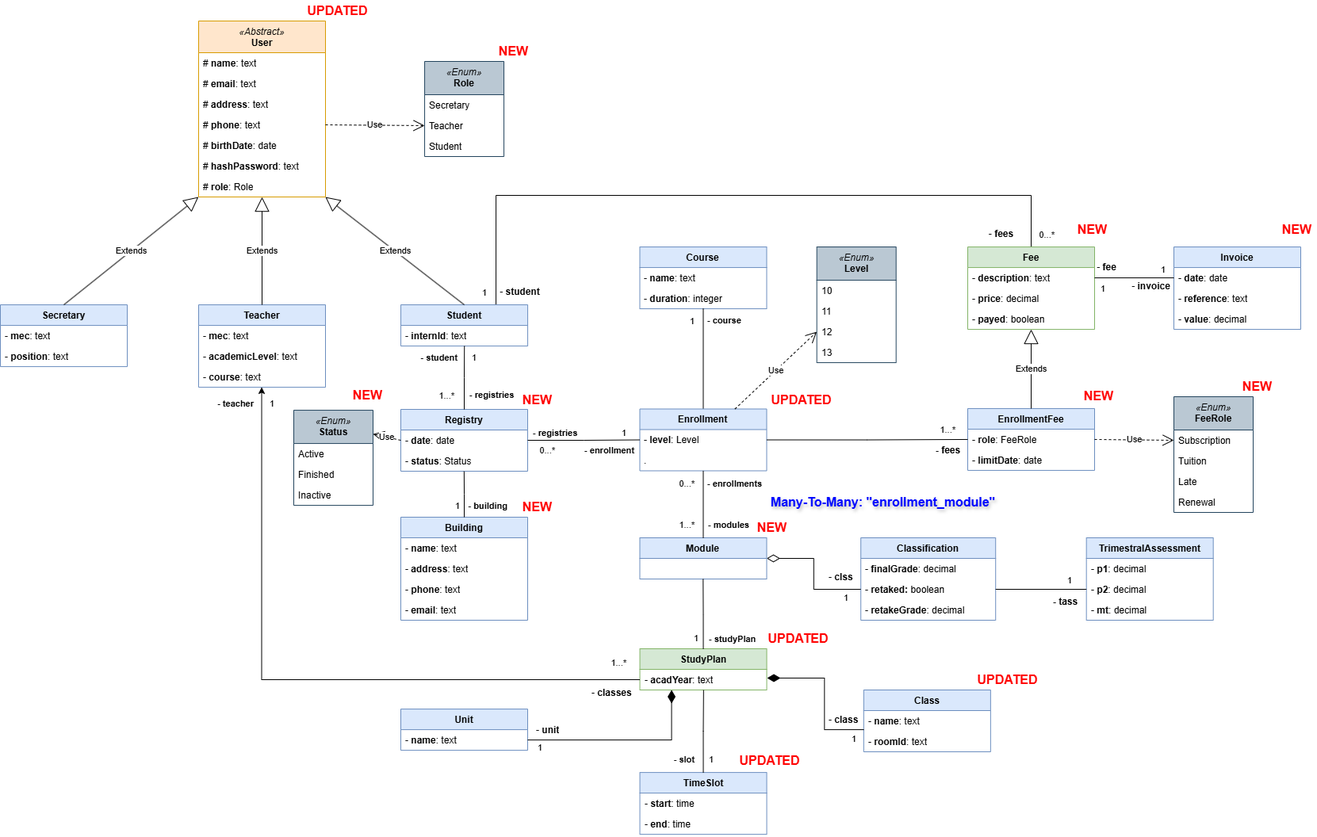
Earlier version of the draw.io export documentation/data-model.drawio.png (Joaquim-Claudio/Imptel-Online_P.D.S-2024-2025). Source tidied: cells renumbered, new cells last; positions are measured from the earlier drawing's top-left corner, leaving out a move shared by most shapes.
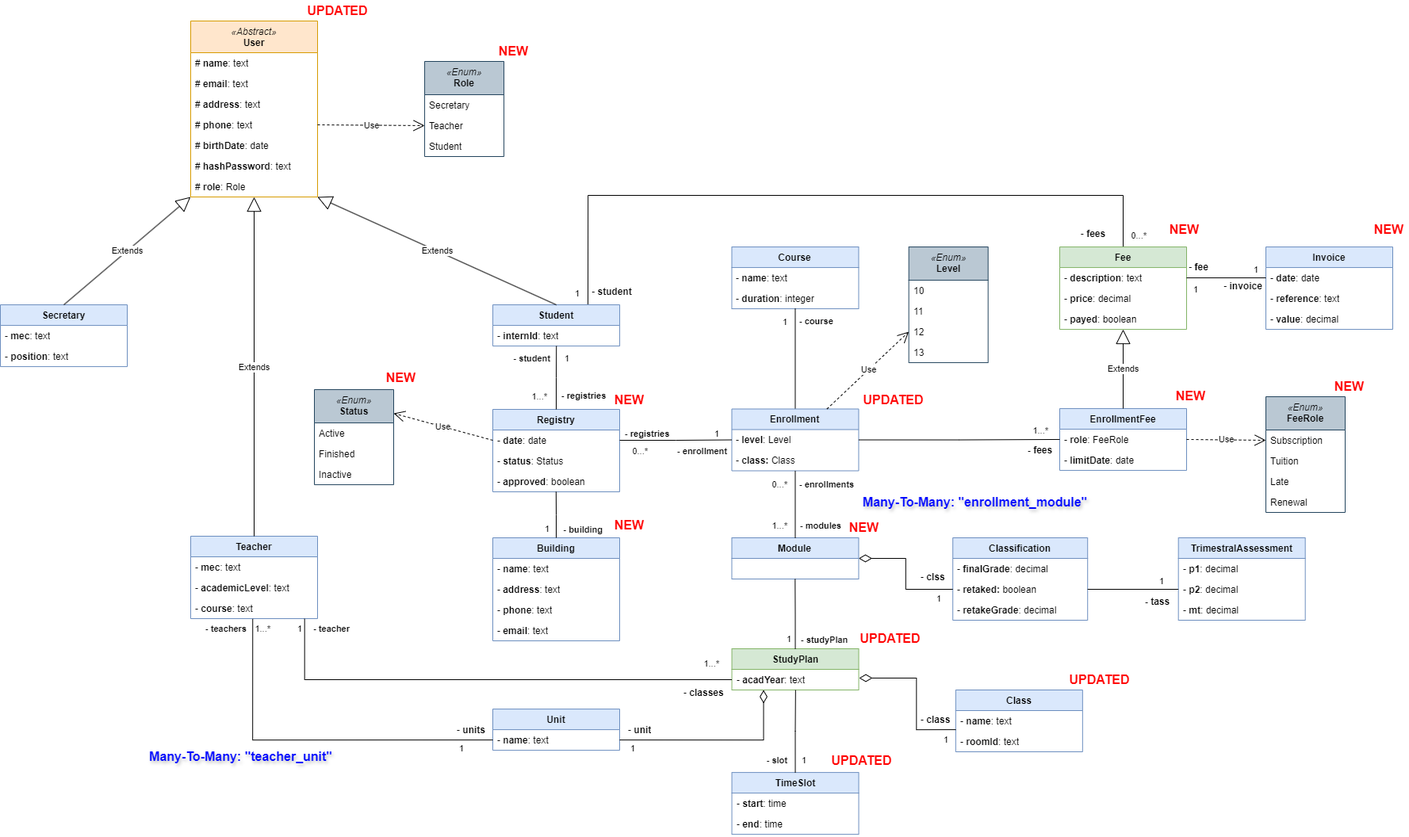
After the change.

Commit message:
Data model updated.

Change to the diagram source:
```diff
@@ -3,7 +3,7 @@
     <mxCell id="0" />
     <mxCell id="1" parent="0" />
     <mxCell id="2" value="&lt;div&gt;&lt;i style=&quot;font-weight: normal;&quot;&gt;«Abstract»&lt;/i&gt;&lt;/div&gt;User" style="swimlane;fontStyle=1;align=center;verticalAlign=top;horizontal=1;startSize=40;whiteSpace=wrap;html=1;fillColor=#ffe6cc;strokeColor=#d79b00;" parent="1" vertex="1">
-      <mxGeometry x="250" y="26" width="160" height="222" as="geometry" />
+      <mxGeometry x="124" y="26" width="160" height="222" as="geometry" />
     </mxCell>
     <mxCell id="3" value="# &lt;b&gt;name&lt;/b&gt;: text" style="text;strokeColor=none;fillColor=none;align=left;verticalAlign=top;spacingLeft=4;spacingRight=4;overflow=hidden;whiteSpace=wrap;html=1;" parent="2" vertex="1">
       <mxGeometry y="40" width="160" height="26" as="geometry" />
@@ -27,7 +27,7 @@
       <mxGeometry y="196" width="160" height="26" as="geometry" />
     </mxCell>
     <mxCell id="10" value="Secretary" style="swimlane;fontStyle=1;align=center;verticalAlign=top;horizontal=1;startSize=26;whiteSpace=wrap;html=1;fillColor=#dae8fc;strokeColor=#6c8ebf;" parent="1" vertex="1">
-      <mxGeometry y="384.1" width="160" height="78" as="geometry" />
+      <mxGeometry x="-116" y="384.1" width="160" height="78" as="geometry" />
     </mxCell>
     <mxCell id="11" value="- &lt;b&gt;mec&lt;/b&gt;: text" style="text;strokeColor=none;fillColor=none;align=left;verticalAlign=top;spacingLeft=4;spacingRight=4;overflow=hidden;whiteSpace=wrap;html=1;" parent="10" vertex="1">
       <mxGeometry y="26" width="160" height="26" as="geometry" />
@@ -50,7 +50,7 @@
       <mxGeometry y="26" width="160" height="26" as="geometry" />
     </mxCell>
     <mxCell id="16" value="Teacher" style="swimlane;fontStyle=1;align=center;verticalAlign=top;horizontal=1;startSize=26;whiteSpace=wrap;html=1;fillColor=#dae8fc;strokeColor=#6c8ebf;" parent="1" vertex="1">
-      <mxGeometry x="250" y="384.1" width="160" height="104" as="geometry" />
+      <mxGeometry x="124" y="676" width="160" height="104" as="geometry" />
     </mxCell>
     <mxCell id="17" value="- &lt;b&gt;mec&lt;/b&gt;: text&amp;nbsp;" style="text;strokeColor=none;fillColor=none;align=left;verticalAlign=top;spacingLeft=4;spacingRight=4;overflow=hidden;whiteSpace=wrap;html=1;" parent="16" vertex="1">
       <mxGeometry y="26" width="160" height="26" as="geometry" />
@@ -94,7 +94,7 @@
     <mxCell id="30" value="- &lt;b&gt;level&lt;/b&gt;: Level" style="text;strokeColor=none;fillColor=none;align=left;verticalAlign=top;spacingLeft=4;spacingRight=4;overflow=hidden;points=[[0,0.5],[1,0.5]];portConstraint=eastwest;whiteSpace=wrap;html=1;" parent="29" vertex="1">
       <mxGeometry y="26" width="160" height="26" as="geometry" />
     </mxCell>
-    <mxCell id="31" value="." style="text;strokeColor=none;fillColor=none;align=left;verticalAlign=top;spacingLeft=4;spacingRight=4;overflow=hidden;whiteSpace=wrap;html=1;" parent="29" vertex="1">
+    <mxCell id="31" value="- &lt;b&gt;class: &lt;/b&gt;Class" style="text;strokeColor=none;fillColor=none;align=left;verticalAlign=top;spacingLeft=4;spacingRight=4;overflow=hidden;whiteSpace=wrap;html=1;" parent="29" vertex="1">
       <mxGeometry y="52" width="160" height="26" as="geometry" />
     </mxCell>
     <mxCell id="32" value="Extends" style="endArrow=block;endSize=16;endFill=0;html=1;rounded=0;entryX=-0.001;entryY=1;entryDx=0;entryDy=0;entryPerimeter=0;exitX=0.5;exitY=0;exitDx=0;exitDy=0;" parent="1" edge="1" source="10" target="9">
@@ -193,13 +193,13 @@
       <mxGeometry x="683.9" y="951.1" as="geometry" />
     </mxCell>
     <mxCell id="63" value="1" style="edgeLabel;html=1;align=right;verticalAlign=bottom;" parent="1" vertex="1">
-      <mxGeometry x="346" y="517.1" as="geometry" />
+      <mxGeometry x="264" y="800" as="geometry" />
     </mxCell>
     <mxCell id="64" value="1...*" style="edgeLabel;html=1;align=right;verticalAlign=bottom;" parent="1" vertex="1">
       <mxGeometry x="790" y="844" as="geometry" />
     </mxCell>
     <mxCell id="65" value="Registry" style="swimlane;fontStyle=1;align=center;verticalAlign=top;horizontal=1;startSize=26;whiteSpace=wrap;html=1;fillColor=#dae8fc;strokeColor=#6c8ebf;" parent="1" vertex="1">
-      <mxGeometry x="505" y="516" width="160" height="78" as="geometry" />
+      <mxGeometry x="505" y="516" width="160" height="104" as="geometry" />
     </mxCell>
     <mxCell id="66" value="-&amp;nbsp;&lt;b&gt;date&lt;/b&gt;: date" style="text;strokeColor=none;fillColor=none;align=left;verticalAlign=top;spacingLeft=4;spacingRight=4;overflow=hidden;points=[[0,0.5],[1,0.5]];portConstraint=eastwest;whiteSpace=wrap;html=1;" parent="65" vertex="1">
       <mxGeometry y="26" width="160" height="26" as="geometry" />
@@ -207,6 +207,9 @@
     <mxCell id="67" value="- &lt;b&gt;status&lt;/b&gt;: Status" style="text;strokeColor=none;fillColor=none;align=left;verticalAlign=top;spacingLeft=4;spacingRight=4;overflow=hidden;points=[[0,0.5],[1,0.5]];portConstraint=eastwest;whiteSpace=wrap;html=1;" parent="65" vertex="1">
       <mxGeometry y="52" width="160" height="26" as="geometry" />
     </mxCell>
+    <mxCell id="161" value="- &lt;b&gt;approved&lt;/b&gt;: boolean" style="text;strokeColor=none;fillColor=none;align=left;verticalAlign=top;spacingLeft=4;spacingRight=4;overflow=hidden;points=[[0,0.5],[1,0.5]];portConstraint=eastwest;whiteSpace=wrap;html=1;" parent="65" vertex="1">
+      <mxGeometry y="78" width="160" height="26" as="geometry" />
+    </mxCell>
     <mxCell id="68" value="0...*" style="edgeLabel;html=1;align=right;verticalAlign=bottom;" parent="1" vertex="1">
       <mxGeometry x="700" y="576" as="geometry" />
     </mxCell>
@@ -262,7 +265,7 @@
       <mxGeometry x="881.5" y="813" as="geometry" />
     </mxCell>
     <mxCell id="82" value="&lt;div&gt;&lt;i style=&quot;font-weight: normal;&quot;&gt;«Enum»&lt;/i&gt;&lt;/div&gt;&lt;div&gt;&lt;span style=&quot;text-align: left;&quot;&gt;Role&lt;/span&gt;&lt;/div&gt;" style="swimlane;fontStyle=1;align=center;verticalAlign=top;horizontal=1;startSize=42;whiteSpace=wrap;html=1;fillColor=#bac8d3;strokeColor=#23445d;" parent="1" vertex="1">
-      <mxGeometry x="535.1" y="77" width="100" height="120" as="geometry" />
+      <mxGeometry x="419.1" y="77" width="100" height="120" as="geometry" />
     </mxCell>
     <mxCell id="83" value="Secretary" style="text;strokeColor=none;fillColor=none;align=left;verticalAlign=top;spacingLeft=4;spacingRight=4;overflow=hidden;whiteSpace=wrap;html=1;" parent="82" vertex="1">
       <mxGeometry y="42" width="100" height="26" as="geometry" />
@@ -286,7 +289,7 @@
       <mxGeometry relative="1" as="geometry" />
     </mxCell>
     <mxCell id="90" value="Building" style="swimlane;fontStyle=1;align=center;verticalAlign=top;horizontal=1;startSize=26;whiteSpace=wrap;html=1;fillColor=#dae8fc;strokeColor=#6c8ebf;" parent="1" vertex="1">
-      <mxGeometry x="505" y="652" width="160" height="130" as="geometry" />
+      <mxGeometry x="505" y="678" width="160" height="130" as="geometry" />
     </mxCell>
     <mxCell id="91" value="- &lt;b&gt;name&lt;/b&gt;: text" style="text;strokeColor=none;fillColor=none;align=left;verticalAlign=top;spacingLeft=4;spacingRight=4;overflow=hidden;whiteSpace=wrap;html=1;" parent="90" vertex="1">
       <mxGeometry y="26" width="160" height="26" as="geometry" />
@@ -315,7 +318,7 @@
     <mxCell id="99" style="endArrow=none;html=1;endSize=12;startArrow=diamondThin;startSize=14;startFill=0;edgeStyle=orthogonalEdgeStyle;align=left;verticalAlign=bottom;rounded=0;entryX=0;entryY=0.5;entryDx=0;entryDy=0;exitX=1;exitY=0.5;exitDx=0;exitDy=0;endFill=0;" parent="1" edge="1" source="73" target="39">
       <mxGeometry x="-1" y="3" relative="1" as="geometry" />
     </mxCell>
-    <mxCell id="100" style="endArrow=none;html=1;endSize=12;startArrow=diamondThin;startSize=14;startFill=1;edgeStyle=orthogonalEdgeStyle;align=left;verticalAlign=bottom;rounded=0;exitX=1;exitY=0.5;exitDx=0;exitDy=0;entryX=-0.002;entryY=0.004;entryDx=0;entryDy=0;entryPerimeter=0;endFill=0;" parent="1" edge="1">
+    <mxCell id="100" style="endArrow=none;html=1;endSize=12;startArrow=diamondThin;startSize=14;startFill=0;edgeStyle=orthogonalEdgeStyle;align=left;verticalAlign=bottom;rounded=0;exitX=1;exitY=0.5;exitDx=0;exitDy=0;entryX=-0.002;entryY=0.004;entryDx=0;entryDy=0;entryPerimeter=0;endFill=0;" parent="1" edge="1">
       <mxGeometry x="-1" y="3" relative="1" as="geometry">
         <mxPoint x="967" y="855" as="sourcePoint" />
         <mxPoint x="1089" y="920.1" as="targetPoint" />
@@ -325,23 +328,27 @@
         </Array>
       </mxGeometry>
     </mxCell>
-    <mxCell id="101" style="endArrow=none;html=1;endSize=12;startArrow=diamondThin;startSize=14;startFill=1;edgeStyle=orthogonalEdgeStyle;align=left;verticalAlign=bottom;rounded=0;entryX=1;entryY=0.5;entryDx=0;entryDy=0;exitX=0.25;exitY=1;exitDx=0;exitDy=0;endFill=0;" parent="1" edge="1" source="20" target="34">
+    <mxCell id="101" style="endArrow=none;html=1;endSize=12;startArrow=diamondThin;startSize=14;startFill=0;edgeStyle=orthogonalEdgeStyle;align=left;verticalAlign=bottom;rounded=0;entryX=1;entryY=0.5;entryDx=0;entryDy=0;exitX=0.25;exitY=1;exitDx=0;exitDy=0;endFill=0;" parent="1" edge="1" source="20" target="34">
       <mxGeometry x="-1" y="3" relative="1" as="geometry" />
     </mxCell>
-    <mxCell id="102" style="edgeStyle=orthogonalEdgeStyle;rounded=0;jettySize=auto;html=1;exitX=0.5;exitY=0;exitDx=0;exitDy=0;endArrow=none;endFill=0;entryX=0.499;entryY=1.01;entryDx=0;entryDy=0;entryPerimeter=0;" parent="1" edge="1" source="90" target="67">
+    <mxCell id="102" style="edgeStyle=orthogonalEdgeStyle;rounded=0;jettySize=auto;html=1;exitX=0.5;exitY=0;exitDx=0;exitDy=0;endArrow=none;endFill=0;entryX=0.499;entryY=0.996;entryDx=0;entryDy=0;entryPerimeter=0;" parent="1" edge="1" source="90" target="161">
       <mxGeometry relative="1" as="geometry" />
     </mxCell>
     <mxCell id="103" value="- &lt;b&gt;building&lt;/b&gt;" style="edgeLabel;html=1;align=right;verticalAlign=bottom;" parent="1" vertex="1">
-      <mxGeometry x="640" y="646" as="geometry" />
+      <mxGeometry x="643.4" y="675" as="geometry" />
     </mxCell>
     <mxCell id="104" value="1" style="edgeLabel;html=1;align=right;verticalAlign=bottom;" parent="1" vertex="1">
-      <mxGeometry x="580" y="646" as="geometry" />
+      <mxGeometry x="576" y="674" as="geometry" />
     </mxCell>
-    <mxCell id="105" style="edgeStyle=orthogonalEdgeStyle;rounded=0;jettySize=auto;html=1;exitX=0;exitY=0.5;exitDx=0;exitDy=0;entryX=0.497;entryY=0.995;entryDx=0;entryDy=0;entryPerimeter=0;" parent="1" edge="1" source="21" target="19">
-      <mxGeometry relative="1" as="geometry" />
+    <mxCell id="105" style="edgeStyle=orthogonalEdgeStyle;rounded=0;jettySize=auto;html=1;exitX=0;exitY=0.5;exitDx=0;exitDy=0;endArrow=none;endFill=0;entryX=0.898;entryY=1.009;entryDx=0;entryDy=0;entryPerimeter=0;" parent="1" edge="1" source="21" target="19">
+      <mxGeometry relative="1" as="geometry">
+        <Array as="points">
+          <mxPoint x="268" y="857" />
+        </Array>
+      </mxGeometry>
     </mxCell>
     <mxCell id="106" value="- &lt;b&gt;teacher&lt;/b&gt;" style="edgeLabel;html=1;align=right;verticalAlign=bottom;" parent="1" vertex="1">
-      <mxGeometry x="320" y="517.1" as="geometry" />
+      <mxGeometry x="324" y="800" as="geometry" />
     </mxCell>
     <mxCell id="107" value="- &lt;b&gt;classes&lt;/b&gt;" style="text;strokeColor=none;fillColor=none;align=left;verticalAlign=top;spacingLeft=4;spacingRight=4;overflow=hidden;whiteSpace=wrap;html=1;" parent="1" vertex="1">
       <mxGeometry x="740" y="859.6" width="66.5" height="26" as="geometry" />
@@ -431,7 +438,7 @@
       <mxGeometry x="1230" y="844" width="80.3" height="26" as="geometry" />
     </mxCell>
     <mxCell id="136" value="NEW" style="text;align=center;fontStyle=1;verticalAlign=middle;spacingLeft=3;spacingRight=3;html=1;fontColor=#ff0000;fontSize=16;" parent="1" vertex="1">
-      <mxGeometry x="654.8" y="626" width="45.2" height="26" as="geometry" />
+      <mxGeometry x="654.8" y="649" width="45.2" height="26" as="geometry" />
     </mxCell>
     <mxCell id="137" value="NEW" style="text;align=center;fontStyle=1;verticalAlign=middle;spacingLeft=3;spacingRight=3;html=1;fontColor=#ff0000;fontSize=16;" parent="1" vertex="1">
       <mxGeometry x="950" y="652" width="45.2" height="26" as="geometry" />
@@ -440,16 +447,16 @@
       <mxGeometry x="654.8" y="491.1" width="45.2" height="26" as="geometry" />
     </mxCell>
     <mxCell id="139" value="NEW" style="text;align=center;fontStyle=1;verticalAlign=middle;spacingLeft=3;spacingRight=3;html=1;fontColor=#ff0000;fontSize=16;" parent="1" vertex="1">
-      <mxGeometry x="624.8" y="51" width="45.2" height="26" as="geometry" />
+      <mxGeometry x="508.8" y="51" width="45.2" height="26" as="geometry" />
     </mxCell>
     <mxCell id="140" value="UPDATED" style="text;align=center;fontStyle=1;verticalAlign=middle;spacingLeft=3;spacingRight=3;html=1;fontColor=#ff0000;fontSize=16;" parent="1" vertex="1">
-      <mxGeometry x="390" width="70" height="26" as="geometry" />
+      <mxGeometry x="274" width="70" height="26" as="geometry" />
     </mxCell>
     <mxCell id="141" value="Many-To-Many: &quot;enrollment_module&quot;" style="text;align=center;fontStyle=1;verticalAlign=middle;spacingLeft=3;spacingRight=3;html=1;fontColor=#0008ff;fontSize=16;textShadow=1;" parent="1" vertex="1">
       <mxGeometry x="966.5" y="620" width="293.5" height="26" as="geometry" />
     </mxCell>
     <mxCell id="142" value="&lt;div&gt;&lt;i style=&quot;font-weight: normal;&quot;&gt;«Enum»&lt;/i&gt;&lt;/div&gt;&lt;div style=&quot;&quot;&gt;Status&lt;/div&gt;" style="swimlane;fontStyle=1;align=center;verticalAlign=top;horizontal=1;startSize=42;whiteSpace=wrap;html=1;fillColor=#bac8d3;strokeColor=#23445d;" parent="1" vertex="1">
-      <mxGeometry x="370" y="517.1" width="100" height="120" as="geometry" />
+      <mxGeometry x="280" y="491.1" width="100" height="120" as="geometry" />
     </mxCell>
     <mxCell id="143" value="Active" style="text;strokeColor=none;fillColor=none;align=left;verticalAlign=top;spacingLeft=4;spacingRight=4;overflow=hidden;whiteSpace=wrap;html=1;" parent="142" vertex="1">
       <mxGeometry y="42" width="100" height="26" as="geometry" />
@@ -464,7 +471,7 @@
       <mxGeometry relative="1" as="geometry" />
     </mxCell>
     <mxCell id="147" value="NEW" style="text;align=center;fontStyle=1;verticalAlign=middle;spacingLeft=3;spacingRight=3;html=1;fontColor=#ff0000;fontSize=16;" parent="1" vertex="1">
-      <mxGeometry x="440" y="485" width="45.2" height="26" as="geometry" />
+      <mxGeometry x="366" y="463" width="45.2" height="26" as="geometry" />
     </mxCell>
     <mxCell id="148" value="&lt;div&gt;&lt;i style=&quot;font-weight: normal;&quot;&gt;«Enum»&lt;/i&gt;&lt;/div&gt;&lt;div&gt;&lt;span style=&quot;text-align: left;&quot;&gt;FeeRole&lt;/span&gt;&lt;/div&gt;" style="swimlane;fontStyle=1;align=center;verticalAlign=top;horizontal=1;startSize=42;whiteSpace=wrap;html=1;fillColor=#bac8d3;strokeColor=#23445d;" parent="1" vertex="1">
       <mxGeometry x="1480" y="500" width="100" height="146" as="geometry" />
@@ -505,5 +512,23 @@
     <mxCell id="160" value="UPDATED" style="text;align=center;fontStyle=1;verticalAlign=middle;spacingLeft=3;spacingRight=3;html=1;fontColor=#ff0000;fontSize=16;" parent="1" vertex="1">
       <mxGeometry x="930" y="946.1" width="80.3" height="26" as="geometry" />
     </mxCell>
+    <mxCell id="162" style="edgeStyle=orthogonalEdgeStyle;rounded=0;jettySize=auto;html=1;exitX=0;exitY=0.5;exitDx=0;exitDy=0;entryX=0.489;entryY=1.015;entryDx=0;entryDy=0;entryPerimeter=0;endArrow=none;endFill=0;" parent="1" edge="1" source="34" target="19">
+      <mxGeometry relative="1" as="geometry" />
+    </mxCell>
+    <mxCell id="163" value="- &lt;b&gt;teachers&lt;/b&gt;" style="edgeLabel;html=1;align=right;verticalAlign=bottom;" parent="1" vertex="1">
+      <mxGeometry x="194" y="800" as="geometry" />
+    </mxCell>
+    <mxCell id="164" value="1...*" style="edgeLabel;html=1;align=right;verticalAlign=bottom;" parent="1" vertex="1">
+      <mxGeometry x="224" y="800" as="geometry" />
+    </mxCell>
+    <mxCell id="165" value="- &lt;b&gt;units&lt;/b&gt;" style="text;strokeColor=none;fillColor=none;align=left;verticalAlign=top;spacingLeft=4;spacingRight=4;overflow=hidden;whiteSpace=wrap;html=1;" parent="1" vertex="1">
+      <mxGeometry x="454" y="907.1" width="50.1" height="26" as="geometry" />
+    </mxCell>
+    <mxCell id="166" value="1" style="edgeLabel;html=1;align=right;verticalAlign=bottom;" parent="1" vertex="1">
+      <mxGeometry x="468" y="951.1" as="geometry" />
+    </mxCell>
+    <mxCell id="167" value="Many-To-Many: &quot;teacher_unit&quot;" style="text;align=center;fontStyle=1;verticalAlign=middle;spacingLeft=3;spacingRight=3;html=1;fontColor=#0008ff;fontSize=16;textShadow=1;" parent="1" vertex="1">
+      <mxGeometry x="40.5" y="940.6" width="293.5" height="26" as="geometry" />
+    </mxCell>
   </root>
 </mxGraphModel>
```
